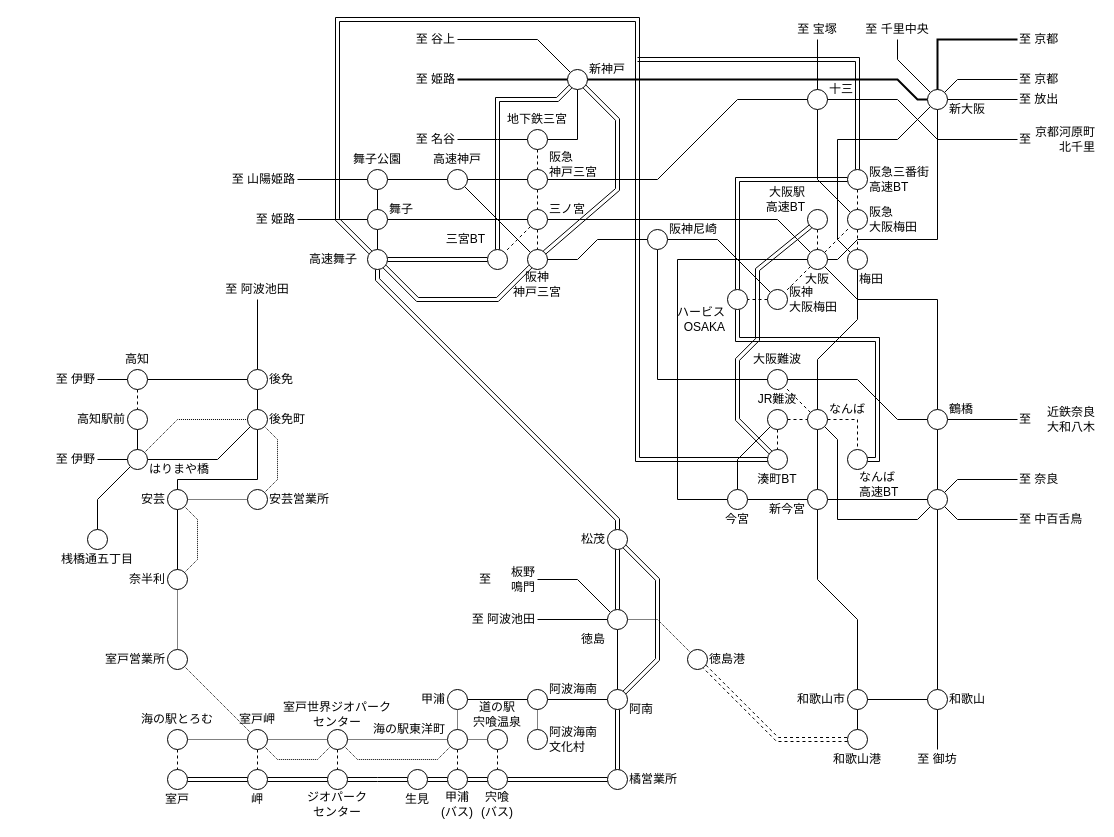
This is page "大阪～甲浦～奈半利" (6 of 7) of routes.drawio from nnm-t/techniques-to-escape-from-dead-end-lines-2, a draw.io file, before an edit. Source tidied: cells renumbered, new cells numbered last; positions are measured from the earlier drawing's top-left corner, leaving out a move shared by most shapes. Both pictures are drawn from the tidied source at 100%, with x=0, y=0 at pixel (37, 19).
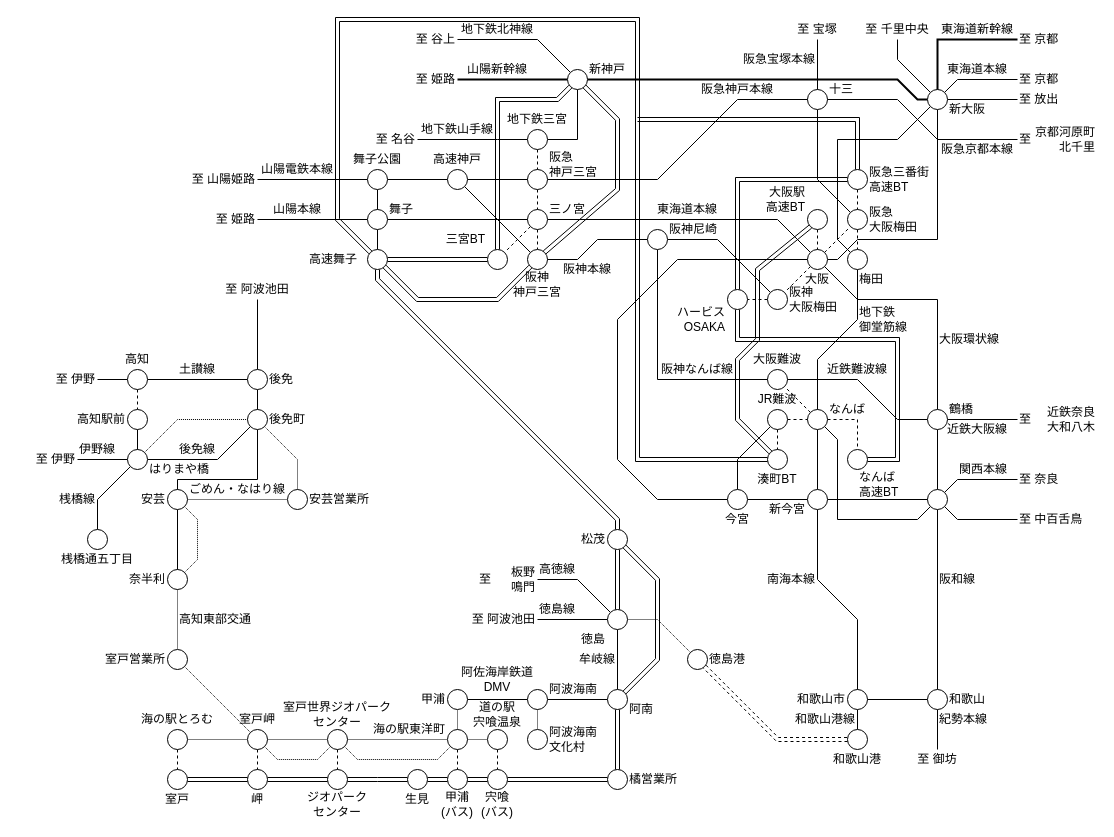
The same page after the edit.

The change refers to these unchanged cells:
```xml
<mxCell id="10" style="ellipse;whiteSpace=wrap;html=1;" parent="1" vertex="1">
  <mxGeometry x="770" y="230" width="20" height="20" as="geometry" />
</mxCell>
<mxCell id="22" style="ellipse;whiteSpace=wrap;html=1;" parent="1" vertex="1">
  <mxGeometry x="690" y="270" width="20" height="20" as="geometry" />
</mxCell>
<mxCell id="25" style="ellipse;whiteSpace=wrap;html=1;" parent="1" vertex="1">
  <mxGeometry x="810" y="150" width="20" height="20" as="geometry" />
</mxCell>
<mxCell id="38" style="ellipse;whiteSpace=wrap;html=1;" parent="1" vertex="1">
  <mxGeometry x="810" y="430" width="20" height="20" as="geometry" />
</mxCell>
<mxCell id="40" style="ellipse;whiteSpace=wrap;html=1;" parent="1" vertex="1">
  <mxGeometry x="690" y="470" width="20" height="20" as="geometry" />
</mxCell>
<mxCell id="199" style="ellipse;whiteSpace=wrap;html=1;" parent="1" vertex="1">
  <mxGeometry x="210" y="390" width="20" height="20" as="geometry" />
</mxCell>
<mxCell id="212" style="ellipse;whiteSpace=wrap;html=1;" parent="1" vertex="1">
  <mxGeometry x="330" y="190" width="20" height="20" as="geometry" />
</mxCell>
<mxCell id="219" style="ellipse;whiteSpace=wrap;html=1;" parent="1" vertex="1">
  <mxGeometry x="330" y="150" width="20" height="20" as="geometry" />
</mxCell>
<mxCell id="230" style="ellipse;whiteSpace=wrap;html=1;" parent="1" vertex="1">
  <mxGeometry x="90" y="430" width="20" height="20" as="geometry" />
</mxCell>
```

What changed in the source:
```diff
@@
     <mxCell id="9" style="edgeStyle=none;rounded=0;jettySize=auto;html=1;exitX=0;exitY=0.5;exitDx=0;exitDy=0;entryX=0;entryY=0.5;entryDx=0;entryDy=0;endArrow=none;endFill=0;" parent="1" edge="1" source="10" target="40">
       <mxGeometry relative="1" as="geometry">
         <Array as="points">
           <mxPoint x="640" y="240" />
-          <mxPoint x="640" y="480" />
+          <mxPoint x="580" y="300" />
+          <mxPoint x="580" y="440" />
+          <mxPoint x="620" y="480" />
         </Array>
       </mxGeometry>
     </mxCell>
@@
     <mxCell id="21" style="edgeStyle=none;shape=link;rounded=0;jettySize=auto;html=1;exitX=0.5;exitY=1;exitDx=0;exitDy=0;entryX=1;entryY=0.5;entryDx=0;entryDy=0;endArrow=none;endFill=0;" parent="1" edge="1" source="22" target="38">
       <mxGeometry relative="1" as="geometry">
         <Array as="points">
           <mxPoint x="700" y="320" />
-          <mxPoint x="840" y="320" />
-          <mxPoint x="840" y="440" />
+          <mxPoint x="860" y="320" />
+          <mxPoint x="860" y="440" />
         </Array>
       </mxGeometry>
     </mxCell>
@@
     <mxCell id="24" style="edgeStyle=none;shape=link;rounded=0;jettySize=auto;html=1;exitX=0.5;exitY=0;exitDx=0;exitDy=0;endArrow=none;endFill=0;strokeWidth=1;" parent="1" edge="1" source="25">
       <mxGeometry relative="1" as="geometry">
-        <mxPoint x="600" y="40" as="targetPoint" />
+        <mxPoint x="600" y="100" as="targetPoint" />
         <Array as="points">
-          <mxPoint x="820" y="40" />
+          <mxPoint x="820" y="100" />
         </Array>
       </mxGeometry>
     </mxCell>
@@
-    <mxCell id="196" style="edgeStyle=none;rounded=0;jettySize=auto;html=1;exitX=1;exitY=0;exitDx=0;exitDy=0;entryX=1;entryY=1;entryDx=0;entryDy=0;dashed=1;dashPattern=1 1;endArrow=none;endFill=0;strokeWidth=1;" parent="1" edge="1" source="197" target="199">
+    <mxCell id="196" style="edgeStyle=none;rounded=0;jettySize=auto;html=1;exitX=0.5;exitY=0;exitDx=0;exitDy=0;entryX=1;entryY=1;entryDx=0;entryDy=0;dashed=1;dashPattern=1 1;endArrow=none;endFill=0;strokeWidth=1;" parent="1" edge="1" source="197" target="199">
       <mxGeometry relative="1" as="geometry">
         <Array as="points">
-          <mxPoint x="240" y="460" />
-          <mxPoint x="240" y="420" />
+          <mxPoint x="260" y="440" />
         </Array>
       </mxGeometry>
     </mxCell>
     <mxCell id="197" style="ellipse;whiteSpace=wrap;html=1;" parent="1" vertex="1">
-      <mxGeometry x="210" y="470" width="20" height="20" as="geometry" />
+      <mxGeometry x="250" y="470" width="20" height="20" as="geometry" />
     </mxCell>
@@
     <mxCell id="208" value="安芸営業所" style="text;html=1;strokeColor=none;fillColor=none;align=left;verticalAlign=middle;whiteSpace=wrap;rounded=0;" parent="1" vertex="1">
-      <mxGeometry x="230" y="470" width="80" height="20" as="geometry" />
+      <mxGeometry x="270" y="470" width="80" height="20" as="geometry" />
     </mxCell>
@@
-    <mxCell id="211" style="edgeStyle=none;rounded=0;jettySize=auto;html=1;exitX=0;exitY=0.5;exitDx=0;exitDy=0;endArrow=none;endFill=0;strokeWidth=1;" parent="1" edge="1" source="212">
-      <mxGeometry relative="1" as="geometry">
-        <mxPoint x="260" y="200" as="targetPoint" />
-      </mxGeometry>
+    <mxCell id="211" style="edgeStyle=none;rounded=0;jettySize=auto;html=1;exitX=0;exitY=0.5;exitDx=0;exitDy=0;endArrow=none;endFill=0;strokeWidth=1;entryX=1;entryY=0.5;entryDx=0;entryDy=0;" parent="1" edge="1" source="212" target="241">
+      <mxGeometry relative="1" as="geometry" />
     </mxCell>
@@
-    <mxCell id="218" style="edgeStyle=none;rounded=0;jettySize=auto;html=1;exitX=0;exitY=0.5;exitDx=0;exitDy=0;endArrow=none;endFill=0;strokeWidth=1;" parent="1" edge="1" source="219">
-      <mxGeometry relative="1" as="geometry">
-        <mxPoint x="260" y="160" as="targetPoint" />
-      </mxGeometry>
+    <mxCell id="218" style="edgeStyle=none;rounded=0;jettySize=auto;html=1;exitX=0;exitY=0.5;exitDx=0;exitDy=0;endArrow=none;endFill=0;strokeWidth=1;entryX=1;entryY=0.5;entryDx=0;entryDy=0;" parent="1" edge="1" source="219" target="242">
+      <mxGeometry relative="1" as="geometry" />
     </mxCell>
@@
-    <mxCell id="226" style="edgeStyle=none;rounded=0;jettySize=auto;html=1;exitX=0;exitY=0.5;exitDx=0;exitDy=0;endArrow=none;endFill=0;strokeWidth=1;" parent="1" edge="1" source="230">
-      <mxGeometry relative="1" as="geometry">
-        <mxPoint x="60" y="440" as="targetPoint" />
-      </mxGeometry>
+    <mxCell id="226" style="edgeStyle=none;rounded=0;jettySize=auto;html=1;exitX=0;exitY=0.5;exitDx=0;exitDy=0;endArrow=none;endFill=0;strokeWidth=1;entryX=1;entryY=0.5;entryDx=0;entryDy=0;" parent="1" edge="1" source="230" target="235">
+      <mxGeometry relative="1" as="geometry" />
     </mxCell>
@@
     <mxCell id="235" value="至 伊野" style="text;html=1;strokeColor=none;fillColor=none;align=right;verticalAlign=middle;whiteSpace=wrap;rounded=0;" parent="1" vertex="1">
-      <mxGeometry y="430" width="60" height="20" as="geometry" />
+      <mxGeometry x="-20" y="430" width="60" height="20" as="geometry" />
     </mxCell>
@@
     <mxCell id="241" value="至 姫路" style="text;html=1;strokeColor=none;fillColor=none;align=right;verticalAlign=middle;whiteSpace=wrap;rounded=0;" parent="1" vertex="1">
-      <mxGeometry x="200" y="190" width="60" height="20" as="geometry" />
+      <mxGeometry x="160" y="190" width="60" height="20" as="geometry" />
     </mxCell>
     <mxCell id="242" value="至 山陽姫路" style="text;html=1;strokeColor=none;fillColor=none;align=right;verticalAlign=middle;whiteSpace=wrap;rounded=0;" parent="1" vertex="1">
-      <mxGeometry x="180" y="150" width="80" height="20" as="geometry" />
+      <mxGeometry x="140" y="150" width="80" height="20" as="geometry" />
     </mxCell>
@@
     <mxCell id="244" value="至 名谷" style="text;html=1;strokeColor=none;fillColor=none;align=right;verticalAlign=middle;whiteSpace=wrap;rounded=0;" parent="1" vertex="1">
-      <mxGeometry x="360" y="110" width="60" height="20" as="geometry" />
+      <mxGeometry x="320" y="110" width="60" height="20" as="geometry" />
     </mxCell>
@@
+    <mxCell id="261" value="牟岐線" style="text;html=1;strokeColor=none;fillColor=none;align=right;verticalAlign=middle;whiteSpace=wrap;rounded=0;" parent="1" vertex="1">
+      <mxGeometry x="540" y="630" width="40" height="20" as="geometry" />
+    </mxCell>
+    <mxCell id="262" value="高徳線" style="text;html=1;strokeColor=none;fillColor=none;align=center;verticalAlign=middle;whiteSpace=wrap;rounded=0;" parent="1" vertex="1">
+      <mxGeometry x="500" y="540" width="40" height="20" as="geometry" />
+    </mxCell>
+    <mxCell id="263" value="徳島線" style="text;html=1;strokeColor=none;fillColor=none;align=center;verticalAlign=middle;whiteSpace=wrap;rounded=0;" parent="1" vertex="1">
+      <mxGeometry x="500" y="580" width="40" height="20" as="geometry" />
+    </mxCell>
+    <mxCell id="264" value="高知東部交通" style="text;html=1;strokeColor=none;fillColor=none;align=left;verticalAlign=middle;whiteSpace=wrap;rounded=0;" parent="1" vertex="1">
+      <mxGeometry x="140" y="590" width="80" height="20" as="geometry" />
+    </mxCell>
+    <mxCell id="265" value="阿佐海岸鉄道&lt;br&gt;DMV" style="text;html=1;strokeColor=none;fillColor=none;align=center;verticalAlign=middle;whiteSpace=wrap;rounded=0;" parent="1" vertex="1">
+      <mxGeometry x="420" y="640" width="80" height="40" as="geometry" />
+    </mxCell>
+    <mxCell id="266" value="土讃線" style="text;html=1;strokeColor=none;fillColor=none;align=center;verticalAlign=middle;whiteSpace=wrap;rounded=0;" parent="1" vertex="1">
+      <mxGeometry x="140" y="340" width="40" height="20" as="geometry" />
+    </mxCell>
+    <mxCell id="267" value="ごめん・なはり線" style="text;html=1;strokeColor=none;fillColor=none;align=center;verticalAlign=middle;whiteSpace=wrap;rounded=0;" parent="1" vertex="1">
+      <mxGeometry x="150" y="460" width="100" height="20" as="geometry" />
+    </mxCell>
+    <mxCell id="268" value="後免線" style="text;html=1;strokeColor=none;fillColor=none;align=left;verticalAlign=middle;whiteSpace=wrap;rounded=0;" parent="1" vertex="1">
+      <mxGeometry x="140" y="420" width="40" height="20" as="geometry" />
+    </mxCell>
+    <mxCell id="269" value="桟橋線" style="text;html=1;strokeColor=none;fillColor=none;align=right;verticalAlign=middle;whiteSpace=wrap;rounded=0;" parent="1" vertex="1">
+      <mxGeometry x="20" y="470" width="40" height="20" as="geometry" />
+    </mxCell>
+    <mxCell id="270" value="伊野線" style="text;html=1;strokeColor=none;fillColor=none;align=center;verticalAlign=middle;whiteSpace=wrap;rounded=0;" parent="1" vertex="1">
+      <mxGeometry x="40" y="420" width="40" height="20" as="geometry" />
+    </mxCell>
+    <mxCell id="271" value="阪和線" style="text;html=1;strokeColor=none;fillColor=none;align=left;verticalAlign=middle;whiteSpace=wrap;rounded=0;" parent="1" vertex="1">
+      <mxGeometry x="900" y="550" width="40" height="20" as="geometry" />
+    </mxCell>
+    <mxCell id="272" value="紀勢本線" style="text;html=1;strokeColor=none;fillColor=none;align=left;verticalAlign=middle;whiteSpace=wrap;rounded=0;" parent="1" vertex="1">
+      <mxGeometry x="900" y="690" width="60" height="20" as="geometry" />
+    </mxCell>
+    <mxCell id="273" value="和歌山港線" style="text;html=1;strokeColor=none;fillColor=none;align=right;verticalAlign=middle;whiteSpace=wrap;rounded=0;" parent="1" vertex="1">
+      <mxGeometry x="740" y="690" width="80" height="20" as="geometry" />
+    </mxCell>
+    <mxCell id="274" value="南海本線" style="text;html=1;strokeColor=none;fillColor=none;align=right;verticalAlign=middle;whiteSpace=wrap;rounded=0;" parent="1" vertex="1">
+      <mxGeometry x="720" y="550" width="60" height="20" as="geometry" />
+    </mxCell>
+    <mxCell id="275" value="大阪環状線" style="text;html=1;strokeColor=none;fillColor=none;align=left;verticalAlign=middle;whiteSpace=wrap;rounded=0;" parent="1" vertex="1">
+      <mxGeometry x="900" y="310" width="80" height="20" as="geometry" />
+    </mxCell>
+    <mxCell id="276" value="関西本線" style="text;html=1;strokeColor=none;fillColor=none;align=left;verticalAlign=middle;whiteSpace=wrap;rounded=0;" parent="1" vertex="1">
+      <mxGeometry x="920" y="440" width="60" height="20" as="geometry" />
+    </mxCell>
+    <mxCell id="277" value="地下鉄&lt;br&gt;御堂筋線" style="text;html=1;strokeColor=none;fillColor=none;align=left;verticalAlign=middle;whiteSpace=wrap;rounded=0;" parent="1" vertex="1">
+      <mxGeometry x="820" y="280" width="60" height="40" as="geometry" />
+    </mxCell>
+    <mxCell id="278" value="東海道新幹線" style="text;html=1;strokeColor=none;fillColor=none;align=center;verticalAlign=middle;whiteSpace=wrap;rounded=0;" parent="1" vertex="1">
+      <mxGeometry x="900" width="80" height="20" as="geometry" />
+    </mxCell>
+    <mxCell id="279" value="阪急京都本線" style="text;html=1;strokeColor=none;fillColor=none;align=center;verticalAlign=middle;whiteSpace=wrap;rounded=0;" parent="1" vertex="1">
+      <mxGeometry x="900" y="120" width="80" height="20" as="geometry" />
+    </mxCell>
+    <mxCell id="280" value="東海道本線" style="text;html=1;strokeColor=none;fillColor=none;align=center;verticalAlign=middle;whiteSpace=wrap;rounded=0;" parent="1" vertex="1">
+      <mxGeometry x="610" y="180" width="80" height="20" as="geometry" />
+    </mxCell>
+    <mxCell id="281" value="阪神本線" style="text;html=1;strokeColor=none;fillColor=none;align=center;verticalAlign=middle;whiteSpace=wrap;rounded=0;" parent="1" vertex="1">
+      <mxGeometry x="520" y="240" width="60" height="20" as="geometry" />
+    </mxCell>
+    <mxCell id="282" value="阪急神戸本線" style="text;html=1;strokeColor=none;fillColor=none;align=center;verticalAlign=middle;whiteSpace=wrap;rounded=0;" parent="1" vertex="1">
+      <mxGeometry x="660" y="60" width="80" height="20" as="geometry" />
+    </mxCell>
+    <mxCell id="283" value="山陽新幹線" style="text;html=1;strokeColor=none;fillColor=none;align=center;verticalAlign=middle;whiteSpace=wrap;rounded=0;" parent="1" vertex="1">
+      <mxGeometry x="420" y="40" width="80" height="20" as="geometry" />
+    </mxCell>
+    <mxCell id="284" value="阪急宝塚本線" style="text;html=1;strokeColor=none;fillColor=none;align=right;verticalAlign=middle;whiteSpace=wrap;rounded=0;" parent="1" vertex="1">
+      <mxGeometry x="700" y="30" width="80" height="20" as="geometry" />
+    </mxCell>
+    <mxCell id="285" value="地下鉄北神線" style="text;html=1;strokeColor=none;fillColor=none;align=center;verticalAlign=middle;whiteSpace=wrap;rounded=0;" parent="1" vertex="1">
+      <mxGeometry x="420" width="80" height="20" as="geometry" />
+    </mxCell>
+    <mxCell id="286" value="地下鉄山手線" style="text;html=1;strokeColor=none;fillColor=none;align=center;verticalAlign=middle;whiteSpace=wrap;rounded=0;" parent="1" vertex="1">
+      <mxGeometry x="380" y="100" width="80" height="20" as="geometry" />
+    </mxCell>
+    <mxCell id="287" value="山陽本線" style="text;html=1;strokeColor=none;fillColor=none;align=center;verticalAlign=middle;whiteSpace=wrap;rounded=0;" parent="1" vertex="1">
+      <mxGeometry x="220" y="180" width="80" height="20" as="geometry" />
+    </mxCell>
+    <mxCell id="288" value="山陽電鉄本線" style="text;html=1;strokeColor=none;fillColor=none;align=center;verticalAlign=middle;whiteSpace=wrap;rounded=0;" parent="1" vertex="1">
+      <mxGeometry x="220" y="140" width="80" height="20" as="geometry" />
+    </mxCell>
+    <mxCell id="289" value="東海道本線" style="text;html=1;strokeColor=none;fillColor=none;align=center;verticalAlign=middle;whiteSpace=wrap;rounded=0;" parent="1" vertex="1">
+      <mxGeometry x="900" y="40" width="80" height="20" as="geometry" />
+    </mxCell>
+    <mxCell id="290" value="近鉄大阪線" style="text;html=1;strokeColor=none;fillColor=none;align=center;verticalAlign=middle;whiteSpace=wrap;rounded=0;" parent="1" vertex="1">
+      <mxGeometry x="900" y="400" width="80" height="20" as="geometry" />
+    </mxCell>
+    <mxCell id="291" value="近鉄難波線" style="text;html=1;strokeColor=none;fillColor=none;align=center;verticalAlign=middle;whiteSpace=wrap;rounded=0;" parent="1" vertex="1">
+      <mxGeometry x="780" y="340" width="80" height="20" as="geometry" />
+    </mxCell>
+    <mxCell id="292" value="阪神なんば線" style="text;html=1;strokeColor=none;fillColor=none;align=center;verticalAlign=middle;whiteSpace=wrap;rounded=0;" parent="1" vertex="1">
+      <mxGeometry x="620" y="340" width="80" height="20" as="geometry" />
+    </mxCell>
```
